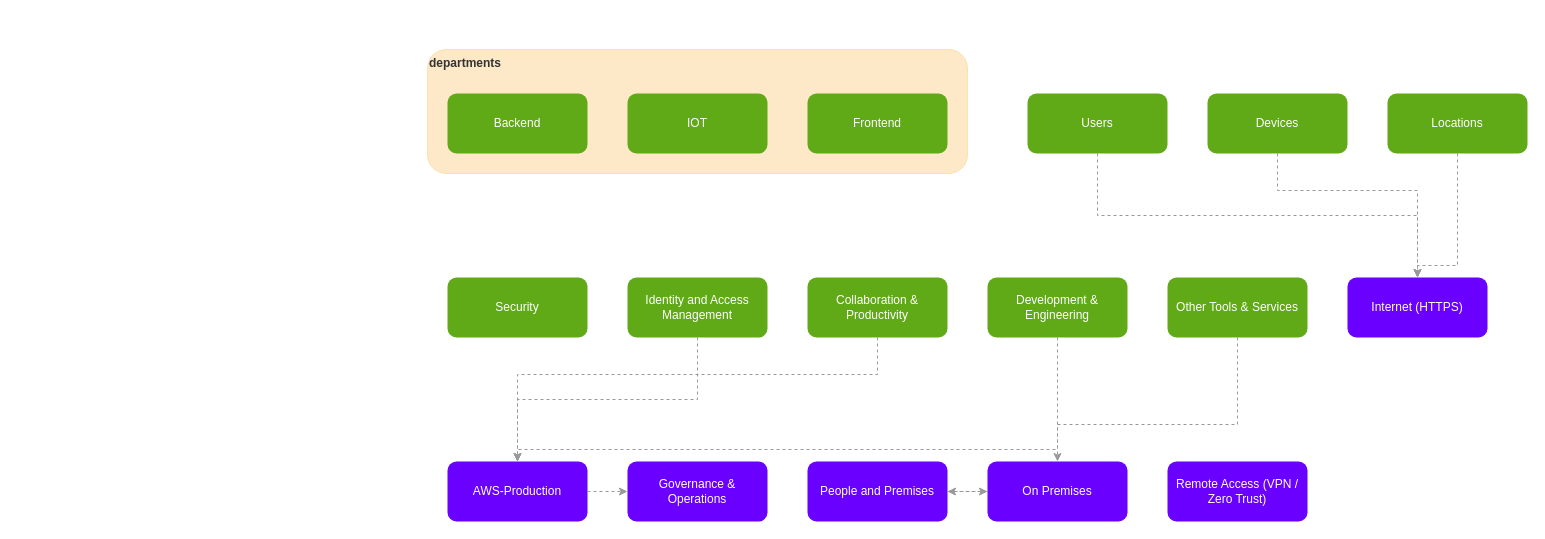
Before: page "NTV360" (1 of 14) of architecture.drawio in honerl/company-architecture, a draw.io diagram. Source tidied: cells renumbered, new cells numbered last; positions are measured from the earlier drawing's top-left corner, leaving out a move shared by most shapes. Both pictures are drawn from the tidied source at 100%, with x=0, y=0 at pixel (427, 49).
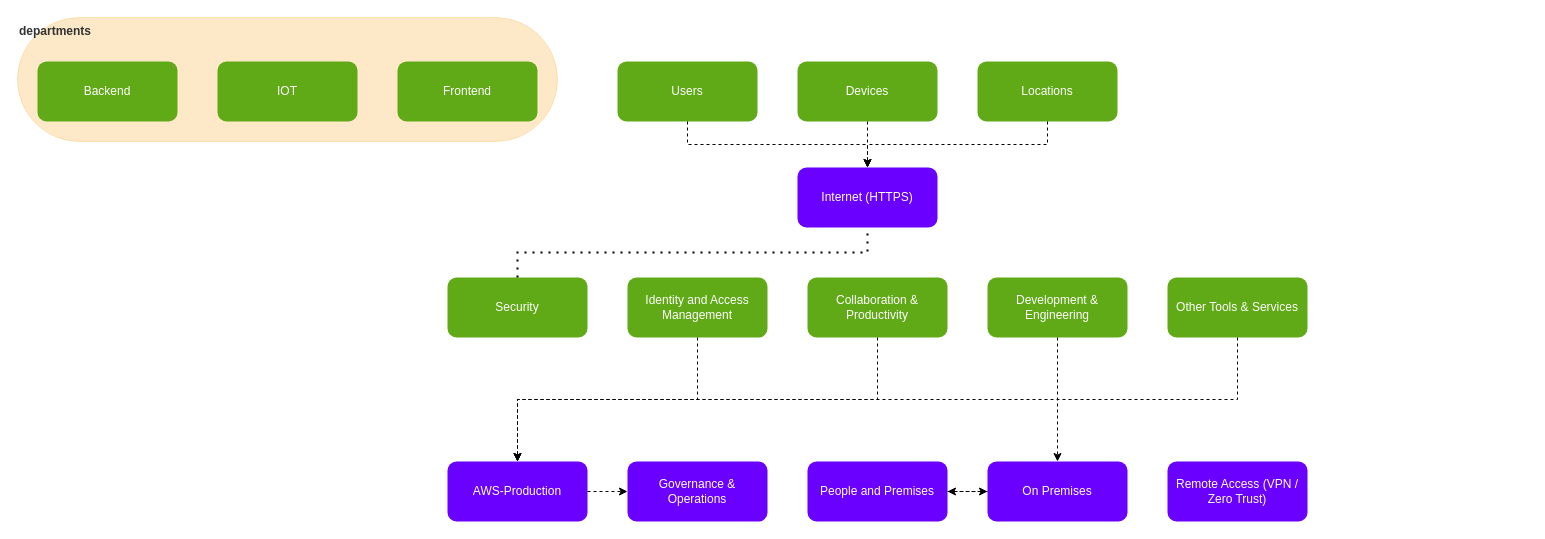
The same page after the edit.

Unchanged cells that the change refers to:
```xml
<mxCell id="6" value="Security" style="rounded=1;whiteSpace=wrap;html=1;fillColor=#60a917;fontColor=#ffffff;strokeColor=none;" parent="1" vertex="1">
  <mxGeometry x="20" y="228" width="140" height="60" as="geometry" />
</mxCell>
<mxCell id="7" value="Identity and Access Management" style="rounded=1;whiteSpace=wrap;html=1;fillColor=#60a917;fontColor=#ffffff;strokeColor=none;" parent="1" vertex="1">
  <mxGeometry x="200" y="228" width="140" height="60" as="geometry" />
</mxCell>
<mxCell id="8" value="Collaboration &amp; Productivity" style="rounded=1;whiteSpace=wrap;html=1;fillColor=#60a917;fontColor=#ffffff;strokeColor=none;" parent="1" vertex="1">
  <mxGeometry x="380" y="228" width="140" height="60" as="geometry" />
</mxCell>
<mxCell id="9" value="Development &amp; Engineering" style="rounded=1;whiteSpace=wrap;html=1;fillColor=#60a917;fontColor=#ffffff;strokeColor=none;" parent="1" vertex="1">
  <mxGeometry x="560" y="228" width="140" height="60" as="geometry" />
</mxCell>
<mxCell id="10" value="Other Tools &amp; Services" style="rounded=1;whiteSpace=wrap;html=1;fillColor=#60a917;fontColor=#ffffff;strokeColor=none;" parent="1" vertex="1">
  <mxGeometry x="740" y="228" width="140" height="60" as="geometry" />
</mxCell>
<mxCell id="12" value="AWS-Production" style="rounded=1;whiteSpace=wrap;html=1;fillColor=#6a00ff;fontColor=#ffffff;strokeColor=none;" parent="1" vertex="1">
  <mxGeometry x="20" y="412" width="140" height="60" as="geometry" />
</mxCell>
<mxCell id="13" value="Governance &amp; Operations" style="rounded=1;whiteSpace=wrap;html=1;fillColor=#6a00ff;fontColor=#ffffff;strokeColor=none;" parent="1" vertex="1">
  <mxGeometry x="200" y="412" width="140" height="60" as="geometry" />
</mxCell>
<mxCell id="14" value="People and Premises" style="rounded=1;whiteSpace=wrap;html=1;fillColor=#6a00ff;fontColor=#ffffff;strokeColor=none;" parent="1" vertex="1">
  <mxGeometry x="380" y="412" width="140" height="60" as="geometry" />
</mxCell>
<mxCell id="15" value="On Premises" style="rounded=1;whiteSpace=wrap;html=1;fillColor=#6a00ff;fontColor=#ffffff;strokeColor=none;" parent="1" vertex="1">
  <mxGeometry x="560" y="412" width="140" height="60" as="geometry" />
</mxCell>
```

Change to the diagram source:
```diff
@@
-    <mxCell id="2" value="departments" style="rounded=1;whiteSpace=wrap;html=1;fillColor=#f5a623;opacity=25;strokeColor=#f5a623;verticalAlign=top;align=left;fontSize=12;fontStyle=1;fontColor=#333333;" parent="1" vertex="1">
-      <mxGeometry width="540" height="124" as="geometry" />
+    <mxCell id="2" value="departments" style="rounded=1;whiteSpace=wrap;html=1;fillColor=#f5a623;opacity=25;strokeColor=#f5a623;verticalAlign=top;align=left;fontSize=12;fontStyle=1;fontColor=#333333;arcSize=50;" parent="1" vertex="1">
+      <mxGeometry x="-410" y="-32" width="540" height="124" as="geometry" />
     </mxCell>
     <mxCell id="3" value="Users" style="rounded=1;whiteSpace=wrap;html=1;fillColor=#60a917;fontColor=#ffffff;strokeColor=none;" parent="1" vertex="1">
-      <mxGeometry x="600" y="44" width="140" height="60" as="geometry" />
+      <mxGeometry x="190" y="12" width="140" height="60" as="geometry" />
     </mxCell>
     <mxCell id="4" value="Devices" style="rounded=1;whiteSpace=wrap;html=1;fillColor=#60a917;fontColor=#ffffff;strokeColor=none;" parent="1" vertex="1">
-      <mxGeometry x="780" y="44" width="140" height="60" as="geometry" />
+      <mxGeometry x="370" y="12" width="140" height="60" as="geometry" />
     </mxCell>
     <mxCell id="5" value="Locations" style="rounded=1;whiteSpace=wrap;html=1;fillColor=#60a917;fontColor=#ffffff;strokeColor=none;" parent="1" vertex="1">
-      <mxGeometry x="960" y="44" width="140" height="60" as="geometry" />
+      <mxGeometry x="550" y="12" width="140" height="60" as="geometry" />
     </mxCell>
@@
     <mxCell id="11" value="Internet (HTTPS)" style="rounded=1;whiteSpace=wrap;html=1;fillColor=#6a00ff;fontColor=#ffffff;strokeColor=none;" parent="1" vertex="1">
-      <mxGeometry x="920" y="228" width="140" height="60" as="geometry" />
+      <mxGeometry x="370" y="118" width="140" height="60" as="geometry" />
     </mxCell>
@@
     <mxCell id="16" value="Backend" style="rounded=1;whiteSpace=wrap;html=1;fillColor=#60a917;fontColor=#ffffff;strokeColor=none;" parent="1" vertex="1">
-      <mxGeometry x="20" y="44" width="140" height="60" as="geometry" />
+      <mxGeometry x="-390" y="12" width="140" height="60" as="geometry" />
     </mxCell>
     <mxCell id="17" value="IOT" style="rounded=1;whiteSpace=wrap;html=1;fillColor=#60a917;fontColor=#ffffff;strokeColor=none;" parent="1" vertex="1">
-      <mxGeometry x="200" y="44" width="140" height="60" as="geometry" />
+      <mxGeometry x="-210" y="12" width="140" height="60" as="geometry" />
     </mxCell>
     <mxCell id="18" value="Frontend" style="rounded=1;whiteSpace=wrap;html=1;fillColor=#60a917;fontColor=#ffffff;strokeColor=none;" parent="1" vertex="1">
-      <mxGeometry x="380" y="44" width="140" height="60" as="geometry" />
+      <mxGeometry x="-30" y="12" width="140" height="60" as="geometry" />
     </mxCell>
@@
-    <mxCell id="20" style="edgeStyle=orthogonalEdgeStyle;rounded=0;html=1;dashed=1;strokeColor=#999999;exitX=0.5;exitY=1;exitDx=0;exitDy=0;entryX=0.5;entryY=0;entryDx=0;entryDy=0;" parent="1" edge="1" source="3" target="11">
+    <mxCell id="20" style="edgeStyle=orthogonalEdgeStyle;rounded=0;html=1;dashed=1;exitX=0.5;exitY=1;exitDx=0;exitDy=0;entryX=0.5;entryY=0;entryDx=0;entryDy=0;libavoidRouting=1;" parent="1" edge="1" source="3" target="11">
       <mxGeometry relative="1" as="geometry">
         <Array as="points">
-          <mxPoint x="670" y="166" />
-          <mxPoint x="990" y="166" />
+          <mxPoint x="260" y="95" />
+          <mxPoint x="440" y="95" />
         </Array>
       </mxGeometry>
     </mxCell>
-    <mxCell id="21" style="edgeStyle=orthogonalEdgeStyle;rounded=0;html=1;dashed=1;strokeColor=#999999;exitX=0.5;exitY=1;exitDx=0;exitDy=0;entryX=0.5;entryY=0;entryDx=0;entryDy=0;" parent="1" edge="1" source="4" target="11">
-      <mxGeometry relative="1" as="geometry">
-        <Array as="points">
-          <mxPoint x="850" y="141" />
-          <mxPoint x="990" y="141" />
-        </Array>
-      </mxGeometry>
+    <mxCell id="21" style="edgeStyle=orthogonalEdgeStyle;rounded=0;html=1;dashed=1;exitX=0.5;exitY=1;exitDx=0;exitDy=0;entryX=0.5;entryY=0;entryDx=0;entryDy=0;libavoidRouting=1;" parent="1" edge="1" source="4" target="11">
+      <mxGeometry relative="1" as="geometry" />
     </mxCell>
-    <mxCell id="22" style="edgeStyle=orthogonalEdgeStyle;rounded=0;html=1;dashed=1;strokeColor=#999999;exitX=0.5;exitY=1;exitDx=0;exitDy=0;entryX=0.5;entryY=0;entryDx=0;entryDy=0;" parent="1" edge="1" source="5" target="11">
-      <mxGeometry relative="1" as="geometry">
-        <Array as="points">
-          <mxPoint x="1030" y="216" />
-          <mxPoint x="990" y="216" />
-        </Array>
-      </mxGeometry>
+    <mxCell id="22" style="edgeStyle=orthogonalEdgeStyle;rounded=0;html=1;dashed=1;exitX=0.5;exitY=1;exitDx=0;exitDy=0;entryX=0.5;entryY=0;entryDx=0;entryDy=0;libavoidRouting=1;" parent="1" edge="1" source="5" target="11">
+      <mxGeometry relative="1" as="geometry" />
     </mxCell>
-    <mxCell id="23" style="edgeStyle=orthogonalEdgeStyle;rounded=0;html=1;dashed=1;strokeColor=#999999;exitX=0.5;exitY=1;exitDx=0;exitDy=0;entryX=0.5;entryY=0;entryDx=0;entryDy=0;" parent="1" edge="1" source="7" target="12">
+    <mxCell id="23" style="edgeStyle=orthogonalEdgeStyle;rounded=0;html=1;dashed=1;exitX=0.5;exitY=1;exitDx=0;exitDy=0;entryX=0.5;entryY=0;entryDx=0;entryDy=0;libavoidRouting=1;" parent="1" edge="1" source="7" target="12">
       <mxGeometry relative="1" as="geometry">
         <Array as="points">
           <mxPoint x="270" y="350" />
           <mxPoint x="90" y="350" />
         </Array>
       </mxGeometry>
     </mxCell>
-    <mxCell id="24" style="edgeStyle=orthogonalEdgeStyle;rounded=0;html=1;dashed=1;strokeColor=#999999;exitX=0.5;exitY=1;exitDx=0;exitDy=0;entryX=0.5;entryY=0;entryDx=0;entryDy=0;" parent="1" edge="1" source="8" target="12">
-      <mxGeometry relative="1" as="geometry">
-        <Array as="points">
-          <mxPoint x="450" y="325" />
-          <mxPoint x="90" y="325" />
-        </Array>
-      </mxGeometry>
+    <mxCell id="24" style="edgeStyle=orthogonalEdgeStyle;rounded=0;html=1;dashed=1;exitX=0.5;exitY=1;exitDx=0;exitDy=0;entryX=0.5;entryY=0;entryDx=0;entryDy=0;libavoidRouting=1;" parent="1" edge="1" source="8" target="12">
+      <mxGeometry relative="1" as="geometry" />
     </mxCell>
-    <mxCell id="25" style="edgeStyle=orthogonalEdgeStyle;rounded=0;html=1;dashed=1;strokeColor=#999999;exitX=0.5;exitY=1;exitDx=0;exitDy=0;entryX=0.5;entryY=0;entryDx=0;entryDy=0;" parent="1" edge="1" source="9" target="12">
-      <mxGeometry relative="1" as="geometry">
-        <Array as="points">
-          <mxPoint x="630" y="400" />
-          <mxPoint x="90" y="400" />
-        </Array>
-      </mxGeometry>
+    <mxCell id="25" style="edgeStyle=orthogonalEdgeStyle;rounded=0;html=1;dashed=1;exitX=0.5;exitY=1;exitDx=0;exitDy=0;entryX=0.5;entryY=0;entryDx=0;entryDy=0;libavoidRouting=1;" parent="1" edge="1" source="9" target="12">
+      <mxGeometry relative="1" as="geometry" />
     </mxCell>
-    <mxCell id="26" style="edgeStyle=orthogonalEdgeStyle;rounded=0;html=1;dashed=1;strokeColor=#999999;exitX=0.5;exitY=1;exitDx=0;exitDy=0;entryX=0.5;entryY=0;entryDx=0;entryDy=0;" parent="1" edge="1" source="10" target="15">
+    <mxCell id="26" style="edgeStyle=orthogonalEdgeStyle;rounded=0;html=1;dashed=1;exitX=0.5;exitY=1;exitDx=0;exitDy=0;entryX=0.5;entryY=0;entryDx=0;entryDy=0;libavoidRouting=1;" parent="1" edge="1" source="10" target="15">
       <mxGeometry relative="1" as="geometry">
         <Array as="points">
-          <mxPoint x="810" y="375" />
-          <mxPoint x="630" y="375" />
+          <mxPoint x="810" y="350" />
+          <mxPoint x="630" y="350" />
         </Array>
       </mxGeometry>
     </mxCell>
-    <mxCell id="27" style="edgeStyle=orthogonalEdgeStyle;rounded=0;html=1;dashed=1;strokeColor=#999999;" parent="1" edge="1" source="12" target="13">
+    <mxCell id="27" style="edgeStyle=orthogonalEdgeStyle;rounded=0;html=1;dashed=1;libavoidRouting=1;" parent="1" edge="1" source="12" target="13">
       <mxGeometry relative="1" as="geometry" />
     </mxCell>
-    <mxCell id="28" style="edgeStyle=orthogonalEdgeStyle;rounded=0;html=1;dashed=1;strokeColor=#999999;" parent="1" edge="1" source="14" target="15">
+    <mxCell id="28" style="edgeStyle=orthogonalEdgeStyle;rounded=0;html=1;dashed=1;libavoidRouting=1;" parent="1" edge="1" source="14" target="15">
       <mxGeometry relative="1" as="geometry" />
     </mxCell>
-    <mxCell id="29" style="edgeStyle=orthogonalEdgeStyle;rounded=0;html=1;dashed=1;strokeColor=#999999;" parent="1" edge="1" source="15" target="14">
+    <mxCell id="29" style="edgeStyle=orthogonalEdgeStyle;rounded=0;html=1;dashed=1;libavoidRouting=1;" parent="1" edge="1" source="15" target="14">
       <mxGeometry relative="1" as="geometry" />
     </mxCell>
+    <mxCell id="30" style="endArrow=none;dashed=1;html=1;dashPattern=1 3;strokeWidth=2;rounded=0;libavoidRouting=1;entryX=0.5;entryY=1;entryDx=0;entryDy=0;exitX=0.5;exitY=0;exitDx=0;exitDy=0;edgeStyle=orthogonalEdgeStyle;" parent="1" edge="1" source="6" target="11">
+      <mxGeometry relative="1" as="geometry">
+        <Array as="points">
+          <mxPoint x="90" y="203" />
+          <mxPoint x="440" y="203" />
+        </Array>
+      </mxGeometry>
+    </mxCell>
```
